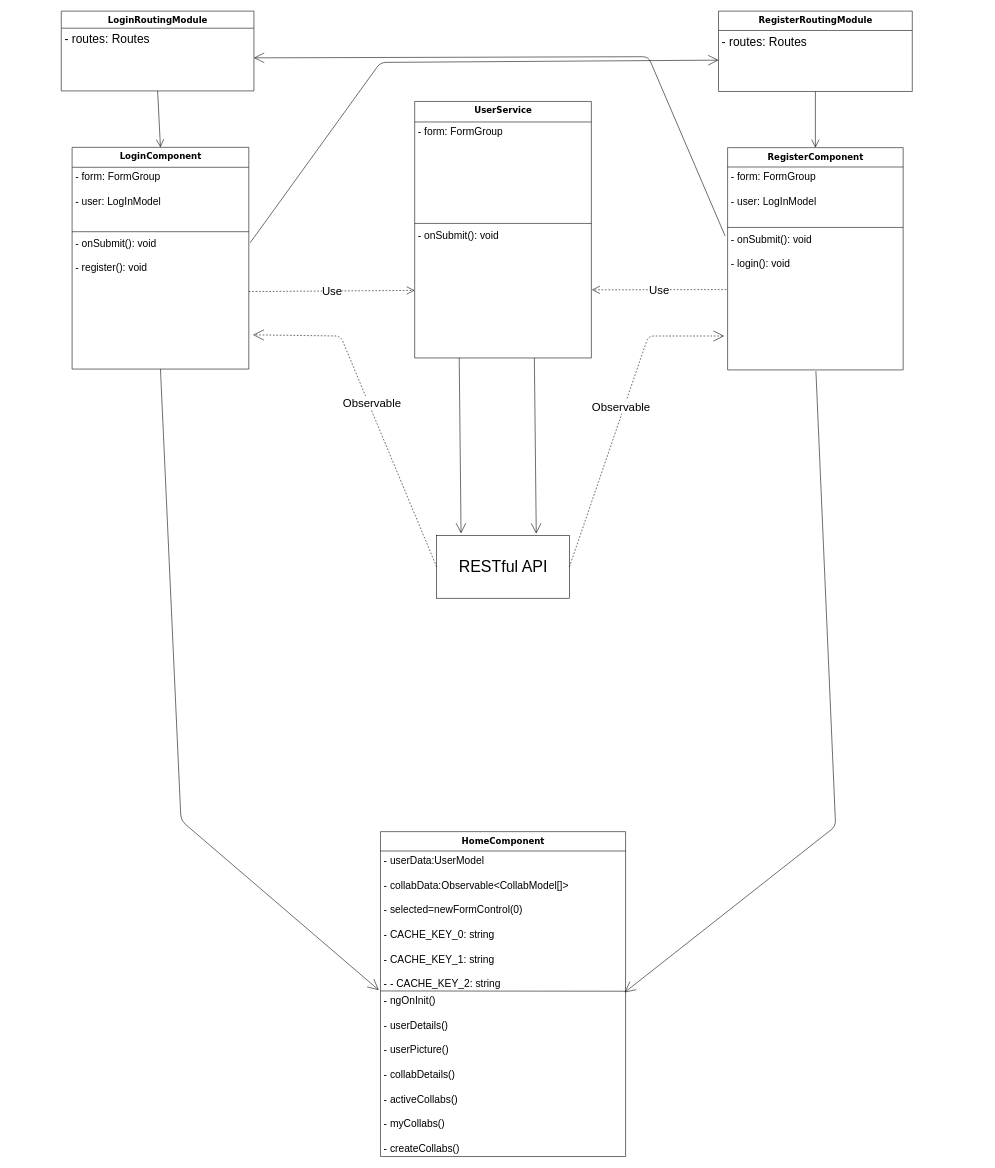
This is page "Page-2" (2 of 3) of Untitled Diagram.drawio from Ed1196/myList, a draw.io file, before an edit. Source tidied: cells renumbered, new cells numbered last; positions are measured from the earlier drawing's top-left corner, leaving out a move shared by most shapes. Both pictures are drawn from the tidied source at 57%, with x=0, y=0 at pixel (61, 11).
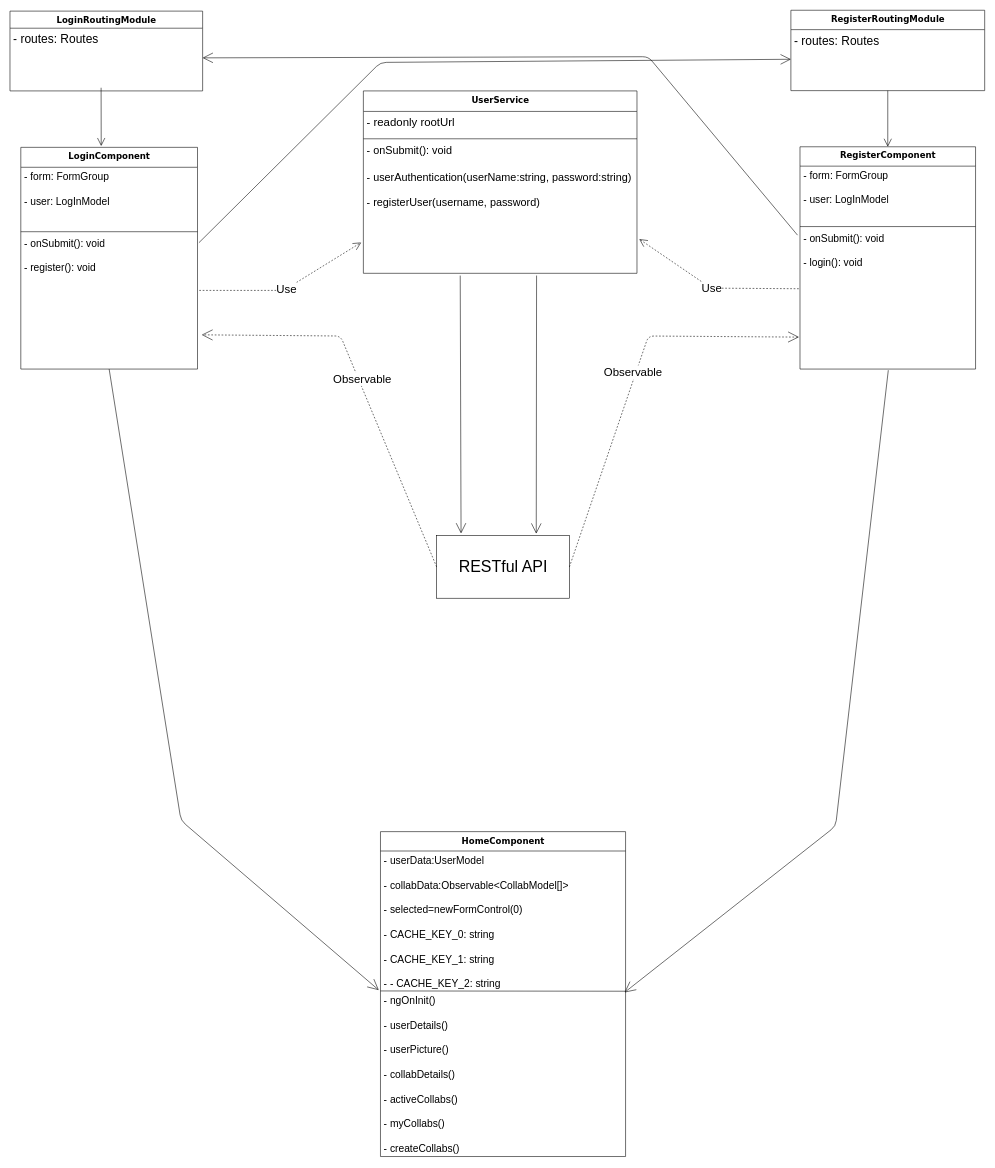
After the change.

Unchanged cells that the change refers to:
```xml
<mxCell id="5" value="&lt;font style=&quot;font-size: 18px&quot;&gt;- onSubmit(): void&lt;br&gt;&lt;br&gt;- register(): void&lt;/font&gt;&lt;br&gt;" style="text;html=1;strokeColor=none;fillColor=none;align=left;verticalAlign=top;spacingLeft=4;spacingRight=4;whiteSpace=wrap;overflow=hidden;points=[[0,0.5],[1,0.5]];portConstraint=eastwest;" parent="2" vertex="1">
  <mxGeometry y="152" width="310" height="222" as="geometry" />
</mxCell>
<mxCell id="7" value="&lt;font style=&quot;font-size: 21px&quot;&gt;- routes: Routes&lt;/font&gt;" style="text;html=1;strokeColor=none;fillColor=none;align=left;verticalAlign=top;spacingLeft=4;spacingRight=4;whiteSpace=wrap;overflow=hidden;points=[[0,0.5],[1,0.5]];portConstraint=eastwest;" parent="6" vertex="1">
  <mxGeometry y="30" width="338" height="104" as="geometry" />
</mxCell>
<mxCell id="18" value="&lt;font style=&quot;font-size: 18px&quot;&gt;- onSubmit(): void&lt;br&gt;&lt;br&gt;- login(): void&lt;/font&gt;&lt;br&gt;" style="text;html=1;strokeColor=none;fillColor=none;align=left;verticalAlign=top;spacingLeft=4;spacingRight=4;whiteSpace=wrap;overflow=hidden;points=[[0,0.5],[1,0.5]];portConstraint=eastwest;" parent="15" vertex="1">
  <mxGeometry y="144" width="308" height="246" as="geometry" />
</mxCell>
<mxCell id="24" value="&lt;font style=&quot;font-size: 28px&quot;&gt;RESTful API&lt;/font&gt;" style="html=1;strokeWidth=1;fillColor=none;" parent="1" vertex="1">
  <mxGeometry x="658.5" y="920" width="233" height="110" as="geometry" />
</mxCell>
```

The edit, as a diff of the source:
```diff
@@
     <mxCell id="2" value="&lt;font style=&quot;font-size: 15px&quot;&gt;LoginComponent&lt;/font&gt;" style="swimlane;html=1;fontStyle=1;align=center;verticalAlign=top;horizontal=1;startSize=35;swimlaneFillColor=#ffffff;rounded=0;shadow=0;comic=0;labelBackgroundColor=none;strokeColor=#000000;strokeWidth=1;fillColor=none;fontFamily=Verdana;fontSize=12;fontColor=#000000;" parent="1" vertex="1">
-      <mxGeometry x="19" y="239" width="310" height="389" as="geometry" />
+      <mxGeometry x="-71" y="239" width="310" height="389" as="geometry" />
     </mxCell>
@@
     <mxCell id="6" value="&lt;font style=&quot;font-size: 15px&quot;&gt;LoginRoutingModule&lt;/font&gt;" style="swimlane;html=1;fontStyle=1;align=center;verticalAlign=top;horizontal=1;startSize=30;swimlaneFillColor=#ffffff;rounded=0;shadow=0;comic=0;labelBackgroundColor=none;strokeColor=#000000;strokeWidth=1;fillColor=none;fontFamily=Verdana;fontSize=12;fontColor=#000000;" parent="1" vertex="1">
-      <mxGeometry width="338" height="140" as="geometry" />
+      <mxGeometry x="-90" width="338" height="140" as="geometry" />
     </mxCell>
@@
-    <mxCell id="8" style="endArrow=open;endFill=1;endSize=12;html=1;exitX=0.5;exitY=1;exitDx=0;exitDy=0;entryX=0.5;entryY=0;entryDx=0;entryDy=0;" parent="1" edge="1" source="6" target="2">
+    <mxCell id="8" style="endArrow=open;endFill=1;endSize=12;html=1;exitX=0.473;exitY=1.004;exitDx=0;exitDy=0;exitPerimeter=0;entryX=0.455;entryY=-0.006;entryDx=0;entryDy=0;entryPerimeter=0;" parent="1" edge="1" source="7" target="2">
       <mxGeometry relative="1" as="geometry" />
     </mxCell>
     <mxCell id="9" value="&lt;div&gt;&lt;span&gt;&lt;font style=&quot;font-size: 15px&quot;&gt;UserService&lt;/font&gt;&lt;/span&gt;&lt;/div&gt;" style="swimlane;html=1;fontStyle=1;align=center;verticalAlign=top;horizontal=1;startSize=36;swimlaneFillColor=#ffffff;rounded=0;shadow=0;comic=0;labelBackgroundColor=none;strokeColor=#000000;strokeWidth=1;fillColor=none;fontFamily=Verdana;fontSize=12;fontColor=#000000;" parent="1" vertex="1">
-      <mxGeometry x="620" y="158.5" width="310" height="450" as="geometry" />
+      <mxGeometry x="530" y="140" width="480" height="320" as="geometry" />
     </mxCell>
-    <mxCell id="10" value="&lt;font style=&quot;font-size: 18px&quot;&gt;- form: FormGroup&lt;/font&gt;" style="text;html=1;strokeColor=none;fillColor=none;align=left;verticalAlign=top;spacingLeft=4;spacingRight=4;whiteSpace=wrap;overflow=hidden;" parent="9" vertex="1">
-      <mxGeometry y="36" width="310" height="174" as="geometry" />
+    <mxCell id="10" value="&lt;font style=&quot;font-size: 20px&quot;&gt;&lt;font style=&quot;font-size: 20px&quot;&gt;-&amp;nbsp;&lt;/font&gt;&lt;span&gt;readonly&amp;nbsp;&lt;/span&gt;&lt;span&gt;rootUrl&lt;/span&gt;&lt;/font&gt;" style="text;html=1;strokeColor=none;fillColor=none;align=left;verticalAlign=top;spacingLeft=4;spacingRight=4;whiteSpace=wrap;overflow=hidden;" parent="9" vertex="1">
+      <mxGeometry y="36" width="480" height="44" as="geometry" />
     </mxCell>
     <mxCell id="11" style="line;html=1;strokeWidth=1;fillColor=none;align=left;verticalAlign=middle;spacingTop=-1;spacingLeft=3;spacingRight=3;labelPosition=right;" parent="9" vertex="1">
-      <mxGeometry y="210" width="310" height="8" as="geometry" />
+      <mxGeometry y="80" width="480" height="8" as="geometry" />
     </mxCell>
-    <mxCell id="12" value="&lt;font style=&quot;font-size: 18px&quot;&gt;- onSubmit(): void&lt;/font&gt;" style="text;html=1;strokeColor=none;fillColor=none;align=left;verticalAlign=top;spacingLeft=4;spacingRight=4;whiteSpace=wrap;overflow=hidden;points=[[0,0.5],[1,0.5]];portConstraint=eastwest;" parent="9" vertex="1">
-      <mxGeometry y="218" width="310" height="232" as="geometry" />
+    <mxCell id="12" value="&lt;font style=&quot;font-size: 19px&quot;&gt;&lt;font style=&quot;font-size: 19px&quot;&gt;&lt;font style=&quot;font-size: 19px&quot;&gt;- onSubmit(): void&lt;br&gt;&lt;font style=&quot;font-size: 19px&quot;&gt;&lt;br&gt;-&amp;nbsp;&lt;/font&gt;&lt;/font&gt;&lt;font style=&quot;font-size: 19px&quot;&gt;userAuthentication(userName:string, password:string&lt;/font&gt;)&lt;br&gt;&lt;br&gt;-&amp;nbsp;registerUser(username, password&lt;/font&gt;&lt;span&gt;)&lt;/span&gt;&lt;/font&gt;" style="text;html=1;strokeColor=none;fillColor=none;align=left;verticalAlign=top;spacingLeft=4;spacingRight=4;whiteSpace=wrap;overflow=hidden;points=[[0,0.5],[1,0.5]];portConstraint=eastwest;" parent="9" vertex="1">
+      <mxGeometry y="88" width="480" height="232" as="geometry" />
     </mxCell>
     <mxCell id="13" value="&lt;font style=&quot;font-size: 15px&quot;&gt;RegisterRoutingModule&lt;/font&gt;" style="swimlane;html=1;fontStyle=1;align=center;verticalAlign=top;horizontal=1;startSize=34;swimlaneFillColor=#ffffff;rounded=0;shadow=0;comic=0;labelBackgroundColor=none;strokeColor=#000000;strokeWidth=1;fillColor=none;fontFamily=Verdana;fontSize=12;fontColor=#000000;" parent="1" vertex="1">
-      <mxGeometry x="1153" width="340" height="141" as="geometry" />
+      <mxGeometry x="1280" y="-1.5" width="340" height="141" as="geometry" />
     </mxCell>
@@
     <mxCell id="15" value="&lt;font style=&quot;font-size: 15px&quot;&gt;RegisterComponent&lt;/font&gt;" style="swimlane;html=1;fontStyle=1;align=center;verticalAlign=top;horizontal=1;startSize=34;swimlaneFillColor=#ffffff;rounded=0;shadow=0;comic=0;labelBackgroundColor=none;strokeColor=#000000;strokeWidth=1;fillColor=none;fontFamily=Verdana;fontSize=12;fontColor=#000000;" parent="1" vertex="1">
-      <mxGeometry x="1169" y="239.5" width="308" height="390" as="geometry" />
+      <mxGeometry x="1296" y="238" width="308" height="390" as="geometry" />
     </mxCell>
@@
-    <mxCell id="26" style="endArrow=open;endFill=1;endSize=16;html=1;entryX=0.184;entryY=-0.033;entryDx=0;entryDy=0;exitX=0.252;exitY=0.998;exitDx=0;exitDy=0;exitPerimeter=0;entryPerimeter=0;" parent="1" edge="1" source="12" target="24">
+    <mxCell id="26" style="endArrow=open;endFill=1;endSize=16;html=1;entryX=0.184;entryY=-0.033;entryDx=0;entryDy=0;exitX=0.354;exitY=1.017;exitDx=0;exitDy=0;exitPerimeter=0;entryPerimeter=0;" parent="1" edge="1" source="12" target="24">
       <mxGeometry relative="1" as="geometry" />
     </mxCell>
-    <mxCell id="27" value="&lt;font style=&quot;font-size: 20px&quot;&gt;Observable&lt;/font&gt;" style="html=1;verticalAlign=bottom;endArrow=open;dashed=1;endSize=17;exitX=1;exitY=0.5;exitDx=0;exitDy=0;" parent="1" edge="1" source="24">
+    <mxCell id="27" value="&lt;font style=&quot;font-size: 20px&quot;&gt;Observable&lt;/font&gt;" style="html=1;verticalAlign=bottom;endArrow=open;dashed=1;endSize=17;exitX=1;exitY=0.5;exitDx=0;exitDy=0;entryX=-0.006;entryY=0.772;entryDx=0;entryDy=0;entryPerimeter=0;" parent="1" edge="1" source="24" target="18">
       <mxGeometry relative="1" as="geometry">
-        <mxPoint x="1163" y="570" as="targetPoint" />
         <Array as="points">
           <mxPoint x="1030" y="570" />
         </Array>
       </mxGeometry>
     </mxCell>
-    <mxCell id="28" style="endArrow=open;endFill=1;endSize=16;html=1;entryX=0.184;entryY=-0.033;entryDx=0;entryDy=0;exitX=0.252;exitY=0.998;exitDx=0;exitDy=0;exitPerimeter=0;entryPerimeter=0;" parent="1" edge="1">
+    <mxCell id="28" style="endArrow=open;endFill=1;endSize=16;html=1;entryX=0.184;entryY=-0.033;entryDx=0;entryDy=0;exitX=0.633;exitY=1.017;exitDx=0;exitDy=0;exitPerimeter=0;entryPerimeter=0;" parent="1" edge="1" source="12">
       <mxGeometry relative="1" as="geometry">
-        <mxPoint x="830" y="608.5" as="sourcePoint" />
         <mxPoint x="833.3" y="916.8" as="targetPoint" />
       </mxGeometry>
     </mxCell>
@@
-    <mxCell id="33" value="&lt;font style=&quot;font-size: 20px&quot;&gt;Use&lt;/font&gt;" style="endArrow=open;endSize=12;dashed=1;html=1;" parent="1" edge="1">
+    <mxCell id="33" value="&lt;font style=&quot;font-size: 20px&quot;&gt;Use&lt;/font&gt;" style="endArrow=open;endSize=12;dashed=1;html=1;exitX=1.01;exitY=0.446;exitDx=0;exitDy=0;exitPerimeter=0;entryX=-0.008;entryY=0.767;entryDx=0;entryDy=0;entryPerimeter=0;" parent="1" edge="1" source="5" target="12">
       <mxGeometry relative="1" as="geometry">
-        <mxPoint x="329" y="492" as="sourcePoint" />
-        <mxPoint x="620" y="490" as="targetPoint" />
+        <Array as="points">
+          <mxPoint x="390" y="490" />
+        </Array>
       </mxGeometry>
     </mxCell>
     <mxCell id="34" value="&lt;font style=&quot;font-size: 20px&quot;&gt;Use&lt;/font&gt;" style="endArrow=open;endSize=12;dashed=1;html=1;exitX=-0.007;exitY=0.427;exitDx=0;exitDy=0;exitPerimeter=0;" parent="1" edge="1" source="18">
       <mxGeometry relative="1" as="geometry">
-        <mxPoint x="931" y="489" as="targetPoint" />
+        <mxPoint x="1014" y="400" as="targetPoint" />
+        <Array as="points">
+          <mxPoint x="1140" y="486" />
+        </Array>
       </mxGeometry>
     </mxCell>
```
